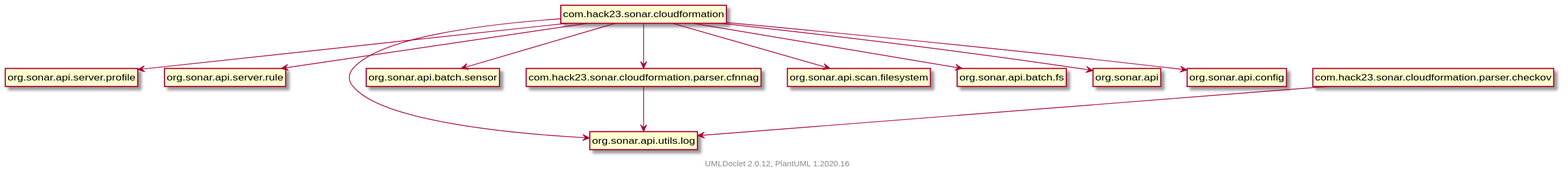
This is apidocs/package-dependencies.svg from Hack23/sonar-cloudformation-plugin, a PlantUML export, as it was before one commit.
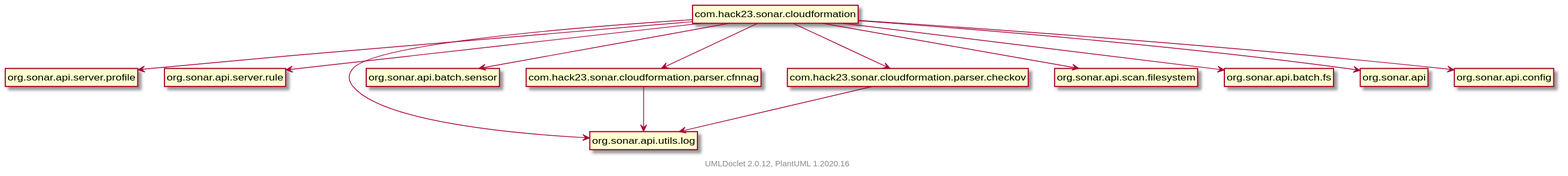
After the commit.

Diff of the diagram source:
```diff
@@ -9,6 +9,7 @@
     com.hack23.sonar.cloudformation --> org.sonar.api.utils.log
     com.hack23.sonar.cloudformation --> org.sonar.api.batch.sensor
     com.hack23.sonar.cloudformation --> com.hack23.sonar.cloudformation.parser.cfnnag
+    com.hack23.sonar.cloudformation --> com.hack23.sonar.cloudformation.parser.checkov
     com.hack23.sonar.cloudformation --> org.sonar.api.scan.filesystem
     com.hack23.sonar.cloudformation --> org.sonar.api.batch.fs
     com.hack23.sonar.cloudformation --> org.sonar.api
```
